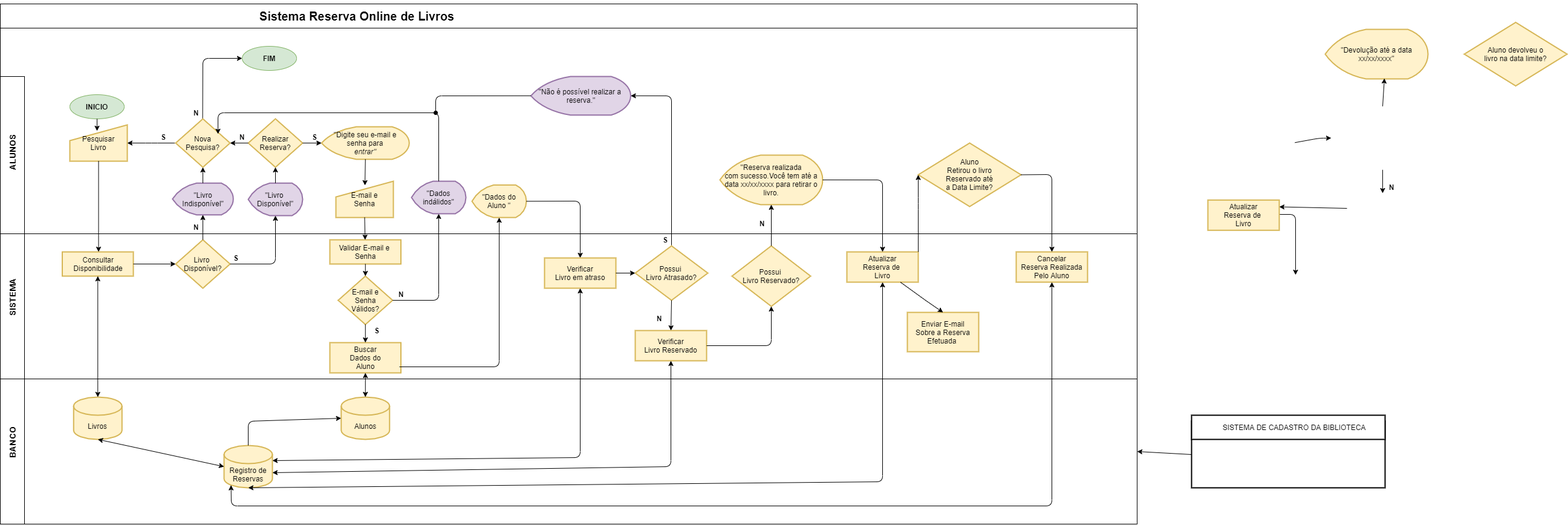
Earlier version of the draw.io export Engenharia de Software 2.png (amandayuu/Fluxograma-Sistema-para-reserva-online-de-livros). Source tidied: cells renumbered, new cells last; positions are measured from the earlier drawing's top-left corner, leaving out a move shared by most shapes.
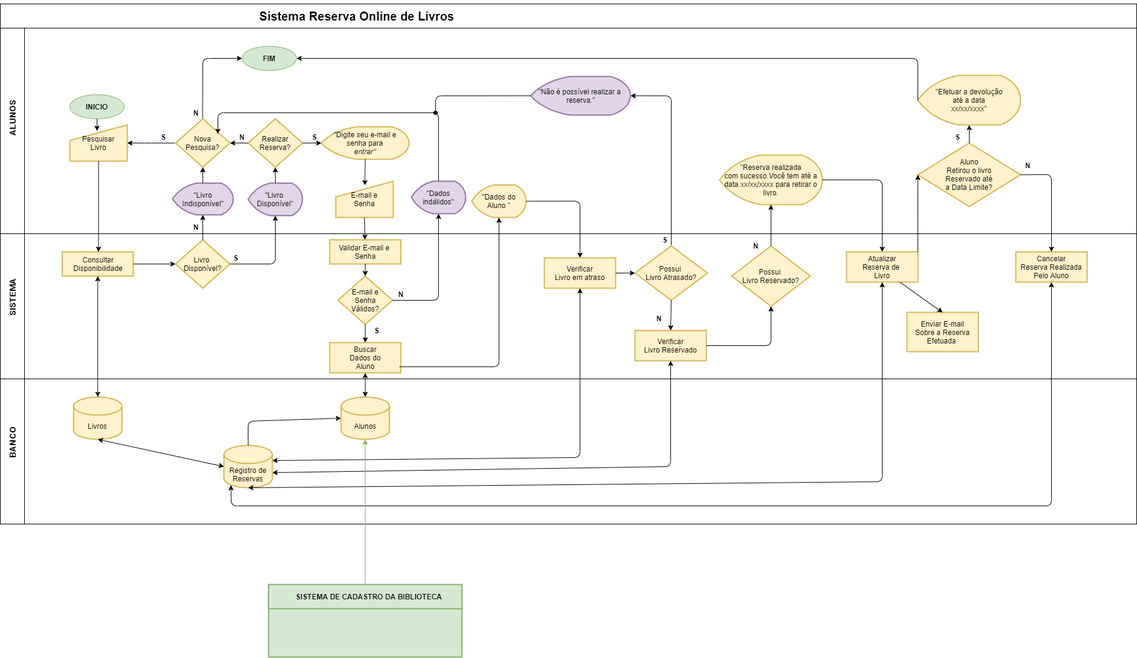
The same diagram one commit later.

Diff of the diagram source:
```diff
@@ -21,7 +21,7 @@
       <mxGeometry x="170" y="10" width="880" height="20" as="geometry" />
     </mxCell>
     <mxCell id="8" style="rounded=0;whiteSpace=wrap;html=1;" parent="1" vertex="1">
-      <mxGeometry x="20" y="120" width="40" height="260" as="geometry" />
+      <mxGeometry x="20" y="40" width="40" height="340" as="geometry" />
     </mxCell>
     <mxCell id="9" style="rounded=0;whiteSpace=wrap;html=1;" parent="1" vertex="1">
       <mxGeometry x="20" y="380" width="40" height="240" as="geometry" />
@@ -41,7 +41,7 @@
       </mxGeometry>
     </mxCell>
     <mxCell id="14" value="&lt;font style=&quot;font-size: 14px&quot;&gt;&lt;b&gt;ALUNOS&lt;/b&gt;&lt;/font&gt;" style="text;html=1;strokeColor=none;fillColor=none;align=center;verticalAlign=middle;whiteSpace=wrap;rounded=0;rotation=-90;" parent="1" vertex="1">
-      <mxGeometry y="230" width="80" height="30" as="geometry" />
+      <mxGeometry y="173.1" width="80" height="30" as="geometry" />
     </mxCell>
     <mxCell id="15" value="&lt;span style=&quot;font-size: 14px&quot;&gt;&lt;b&gt;SISTEMA&lt;/b&gt;&lt;/span&gt;" style="text;html=1;strokeColor=none;fillColor=none;align=center;verticalAlign=middle;whiteSpace=wrap;rounded=0;rotation=-90;" parent="1" vertex="1">
       <mxGeometry y="470" width="80" height="30" as="geometry" />
@@ -250,17 +250,14 @@
     <mxCell id="67" style="endArrow=classic;startArrow=classic;html=1;exitX=0.5;exitY=1;exitDx=0;exitDy=0;exitPerimeter=0;entryX=0;entryY=0.5;entryDx=0;entryDy=0;entryPerimeter=0;" parent="1" edge="1" source="56" target="65">
       <mxGeometry relative="1" as="geometry" />
     </mxCell>
-    <mxCell id="68" style="rounded=0;whiteSpace=wrap;html=1;strokeWidth=2;" parent="1" vertex="1">
-      <mxGeometry x="1990" y="690" width="320" height="110" as="geometry" />
+    <mxCell id="68" style="rounded=0;whiteSpace=wrap;html=1;strokeWidth=2;fillColor=#d5e8d4;strokeColor=#82b366;" parent="1" vertex="1">
+      <mxGeometry x="463.8" y="970" width="320" height="110" as="geometry" />
     </mxCell>
-    <mxCell id="69" style="rounded=0;whiteSpace=wrap;html=1;strokeWidth=2;" parent="1" vertex="1">
-      <mxGeometry x="1990" y="680" width="320" height="40" as="geometry" />
+    <mxCell id="69" style="rounded=0;whiteSpace=wrap;html=1;strokeWidth=2;fillColor=#d5e8d4;strokeColor=#82b366;" parent="1" vertex="1">
+      <mxGeometry x="463.8" y="960" width="320" height="40" as="geometry" />
     </mxCell>
-    <mxCell id="70" style="endArrow=classic;html=1;entryX=1;entryY=0.5;entryDx=0;entryDy=0;exitX=0;exitY=0.5;exitDx=0;exitDy=0;" parent="1" edge="1" source="68" target="6">
-      <mxGeometry relative="1" as="geometry" />
-    </mxCell>
-    <mxCell id="71" value="SISTEMA DE CADASTRO DA BIBLIOTECA" style="text;html=1;strokeColor=none;fillColor=none;align=center;verticalAlign=middle;whiteSpace=wrap;rounded=0;" parent="1" vertex="1">
-      <mxGeometry x="2020" y="690" width="280" height="20" as="geometry" />
+    <mxCell id="71" value="&lt;b&gt;SISTEMA DE CADASTRO DA BIBLIOTECA&lt;/b&gt;" style="text;html=1;fillColor=#d5e8d4;align=center;verticalAlign=middle;whiteSpace=wrap;rounded=0;" parent="1" vertex="1">
+      <mxGeometry x="490" y="970" width="280" height="20" as="geometry" />
     </mxCell>
     <mxCell id="72" style="endArrow=oval;html=1;exitX=0;exitY=0.5;exitDx=0;exitDy=0;exitPerimeter=0;endFill=1;" parent="1" edge="1" source="61">
       <mxGeometry relative="1" as="geometry">
@@ -298,59 +295,15 @@
     <mxCell id="80" value="&lt;b&gt;N&lt;br&gt;&lt;/b&gt;" style="text;html=1;strokeColor=none;fillColor=none;align=center;verticalAlign=middle;whiteSpace=wrap;rounded=0;" parent="1" vertex="1">
       <mxGeometry x="1090" y="510" width="40" height="20" as="geometry" />
     </mxCell>
-    <mxCell id="81" style="endArrow=classic;html=1;exitX=1;exitY=0.5;exitDx=0;exitDy=0;exitPerimeter=0;entryX=0;entryY=0.5;entryDx=0;entryDy=0;entryPerimeter=0;" parent="1" edge="1">
-      <mxGeometry relative="1" as="geometry">
-        <mxPoint x="2161" y="229.3" as="sourcePoint" />
-        <mxPoint x="2221" y="221.8" as="targetPoint" />
-        <Array as="points">
-          <mxPoint x="2201" y="222" />
-        </Array>
-      </mxGeometry>
-    </mxCell>
-    <mxCell id="82" value="&quot;Devolução até a data&lt;br&gt;xx/xx/xxxx&quot;" style="strokeWidth=2;html=1;shape=mxgraph.flowchart.display;whiteSpace=wrap;fillColor=#fff2cc;strokeColor=#d6b656;" parent="1" vertex="1">
-      <mxGeometry x="2211" y="42.1" width="170" height="81.9" as="geometry" />
+    <mxCell id="82" value="&quot;Efetuar a devolução&lt;br&gt;até a data&lt;br&gt;xx/xx/xxxx&quot;" style="strokeWidth=2;html=1;shape=mxgraph.flowchart.display;whiteSpace=wrap;fillColor=#fff2cc;strokeColor=#d6b656;" parent="1" vertex="1">
+      <mxGeometry x="1538" y="118.1" width="170" height="81.9" as="geometry" />
     </mxCell>
-    <mxCell id="83" style="endArrow=classic;html=1;entryX=0.576;entryY=0.989;entryDx=0;entryDy=0;entryPerimeter=0;exitX=0.5;exitY=0;exitDx=0;exitDy=0;exitPerimeter=0;" parent="1" edge="1" target="82">
-      <mxGeometry relative="1" as="geometry">
-        <mxPoint x="2306" y="169.3" as="sourcePoint" />
-      </mxGeometry>
-    </mxCell>
-    <mxCell id="84" style="endArrow=classic;html=1;exitX=0.5;exitY=1;exitDx=0;exitDy=0;exitPerimeter=0;" parent="1" edge="1">
-      <mxGeometry relative="1" as="geometry">
-        <mxPoint x="2306" y="274.2" as="sourcePoint" />
-        <mxPoint x="2306" y="313" as="targetPoint" />
-      </mxGeometry>
-    </mxCell>
-    <mxCell id="85" value="Aluno devolveu o&lt;br&gt;livro na data limite?" style="strokeWidth=2;html=1;shape=mxgraph.flowchart.decision;whiteSpace=wrap;fillColor=#fff2cc;strokeColor=#d6b656;" parent="1" vertex="1">
-      <mxGeometry x="2441" y="30.5" width="170" height="105" as="geometry" />
-    </mxCell>
-    <mxCell id="86" value="&lt;b&gt;N&lt;br&gt;&lt;/b&gt;" style="text;html=1;strokeColor=none;fillColor=none;align=center;verticalAlign=middle;whiteSpace=wrap;rounded=0;" parent="1" vertex="1">
-      <mxGeometry x="2301" y="293" width="40" height="20" as="geometry" />
-    </mxCell>
-    <mxCell id="87" style="endArrow=classic;html=1;exitX=1;exitY=0.5;exitDx=0;exitDy=0;entryX=0.5;entryY=0;entryDx=0;entryDy=0;" parent="1" edge="1">
-      <mxGeometry relative="1" as="geometry">
-        <mxPoint x="2135" y="348" as="sourcePoint" />
-        <mxPoint x="2162" y="448" as="targetPoint" />
-        <Array as="points">
-          <mxPoint x="2162" y="348" />
-        </Array>
-      </mxGeometry>
-    </mxCell>
-    <mxCell id="88" style="endArrow=classic;html=1;exitX=0;exitY=0.5;exitDx=0;exitDy=0;entryX=1;entryY=0.25;entryDx=0;entryDy=0;" parent="1" edge="1">
-      <mxGeometry relative="1" as="geometry">
-        <mxPoint x="2247" y="338" as="sourcePoint" />
-        <mxPoint x="2135" y="335.5" as="targetPoint" />
-      </mxGeometry>
-    </mxCell>
     <mxCell id="89" value="Possui&amp;nbsp;&lt;br&gt;Livro Reservado?" style="strokeWidth=2;html=1;shape=mxgraph.flowchart.decision;whiteSpace=wrap;fillColor=#fff2cc;strokeColor=#d6b656;" parent="1" vertex="1">
       <mxGeometry x="1230" y="400" width="130" height="100" as="geometry" />
     </mxCell>
     <mxCell id="90" value="&lt;b&gt;N&lt;br&gt;&lt;/b&gt;" style="text;html=1;strokeColor=none;fillColor=none;align=center;verticalAlign=middle;whiteSpace=wrap;rounded=0;" parent="1" vertex="1">
-      <mxGeometry x="1260" y="353.1" width="40" height="20" as="geometry" />
+      <mxGeometry x="1250" y="390" width="40" height="20" as="geometry" />
     </mxCell>
-    <mxCell id="91" value="Atualizar&lt;br&gt;Reserva de&amp;nbsp;&lt;br&gt;Livro" style="rounded=0;whiteSpace=wrap;html=1;fillColor=#fff2cc;strokeColor=#d6b656;strokeWidth=2;" parent="1" vertex="1">
-      <mxGeometry x="2017" y="324.3" width="118" height="50" as="geometry" />
-    </mxCell>
     <mxCell id="92" style="endArrow=classic;html=1;exitX=1;exitY=0.5;exitDx=0;exitDy=0;entryX=0.5;entryY=1;entryDx=0;entryDy=0;entryPerimeter=0;" parent="1" edge="1" source="77" target="89">
       <mxGeometry relative="1" as="geometry">
         <Array as="points">
@@ -423,5 +376,24 @@
         </Array>
       </mxGeometry>
     </mxCell>
+    <mxCell id="86" value="&lt;b&gt;N&lt;br&gt;&lt;/b&gt;" style="text;html=1;strokeColor=none;fillColor=none;align=center;verticalAlign=middle;whiteSpace=wrap;rounded=0;" parent="1" vertex="1">
+      <mxGeometry x="1700" y="256.9" width="40" height="20" as="geometry" />
+    </mxCell>
+    <mxCell id="105" value="&lt;b&gt;S&lt;br&gt;&lt;/b&gt;" style="text;html=1;strokeColor=none;fillColor=none;align=center;verticalAlign=middle;whiteSpace=wrap;rounded=0;" parent="1" vertex="1">
+      <mxGeometry x="1584" y="210" width="40" height="20" as="geometry" />
+    </mxCell>
+    <mxCell id="106" style="endArrow=classic;html=1;exitX=0.5;exitY=0;exitDx=0;exitDy=0;exitPerimeter=0;" parent="1" edge="1" source="101" target="82">
+      <mxGeometry relative="1" as="geometry" />
+    </mxCell>
+    <mxCell id="107" style="endArrow=classic;html=1;exitX=0;exitY=0.5;exitDx=0;exitDy=0;exitPerimeter=0;entryX=1;entryY=0.5;entryDx=0;entryDy=0;" parent="1" edge="1" source="82" target="26">
+      <mxGeometry relative="1" as="geometry">
+        <Array as="points">
+          <mxPoint x="1538" y="90" />
+        </Array>
+      </mxGeometry>
+    </mxCell>
+    <mxCell id="108" style="endArrow=classic;html=1;entryX=0.5;entryY=1;entryDx=0;entryDy=0;entryPerimeter=0;exitX=0.5;exitY=0;exitDx=0;exitDy=0;fillColor=#d5e8d4;strokeColor=#82b366;" parent="1" edge="1" source="69" target="50">
+      <mxGeometry relative="1" as="geometry" />
+    </mxCell>
   </root>
 </mxGraphModel>
```
